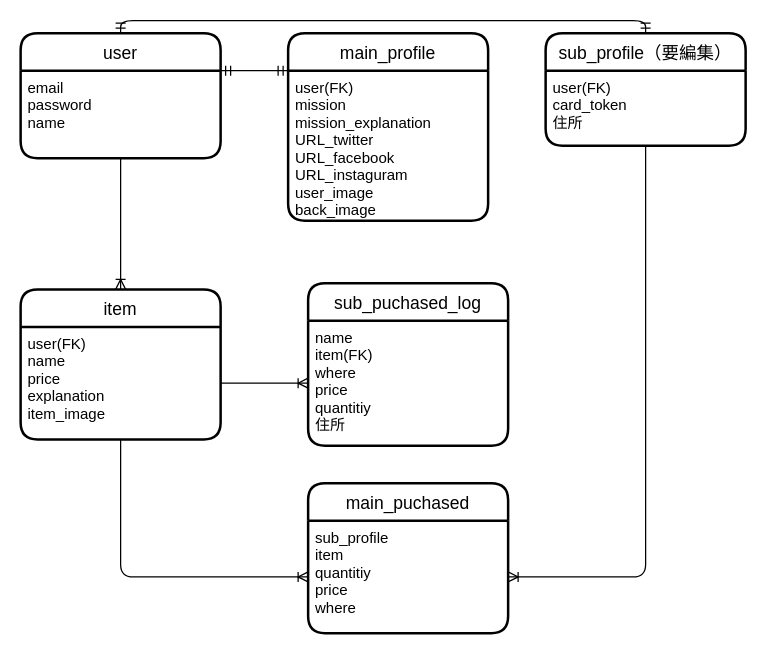
Before: DREAM_APP.dio in hidekazuyamamoto/dream_app, a draw.io diagram. Source tidied: cells renumbered, new cells numbered last; positions are measured from the earlier drawing's top-left corner, leaving out a move shared by most shapes. Both pictures are drawn from the tidied source at 125%, with x=0, y=0 at pixel (20, 32).
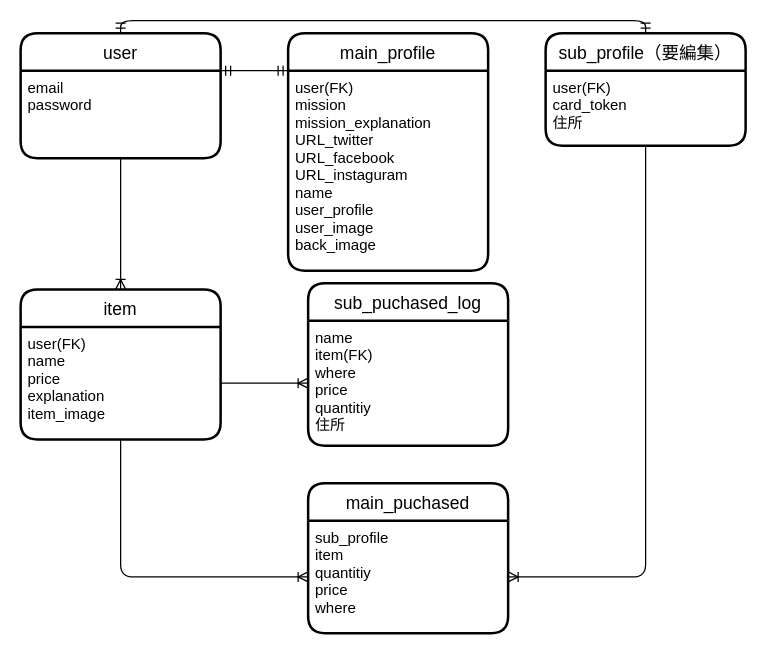
Above is the later version.

Diff of the diagram source:
```diff
@@
 <mxGraphModel>
   <root>
     <mxCell id="0" />
     <mxCell id="1" parent="0" />
     <mxCell id="2" value="user" style="swimlane;horizontal=1;startSize=30;rounded=1;fontSize=14;fontStyle=0;strokeWidth=2;shadow=0;dashed=0;align=center;" parent="1" vertex="1">
       <mxGeometry width="160" height="100" as="geometry" />
     </mxCell>
-    <mxCell id="3" value="email&#10;password&#10;name" style="align=left;strokeColor=none;fillColor=none;spacingLeft=4;fontSize=12;verticalAlign=top;" parent="2" vertex="1">
+    <mxCell id="3" value="email&#10;password&#10;" style="align=left;strokeColor=none;fillColor=none;spacingLeft=4;fontSize=12;verticalAlign=top;" parent="2" vertex="1">
       <mxGeometry y="30" width="160" height="70" as="geometry" />
     </mxCell>
     <mxCell id="4" value="main_profile" style="swimlane;horizontal=1;startSize=30;rounded=1;fontSize=14;fontStyle=0;strokeWidth=2;shadow=0;dashed=0;align=center;" parent="1" vertex="1">
-      <mxGeometry x="214" width="160" height="150" as="geometry" />
+      <mxGeometry x="214" width="160" height="190" as="geometry" />
     </mxCell>
-    <mxCell id="5" value="user(FK)&#10;mission&#10;mission_explanation&#10;URL_twitter&#10;URL_facebook&#10;URL_instaguram&#10;user_image&#10;back_image" style="align=left;strokeColor=none;fillColor=none;spacingLeft=4;fontSize=12;verticalAlign=top;" parent="4" vertex="1">
-      <mxGeometry y="30" width="160" height="120" as="geometry" />
+    <mxCell id="5" value="user(FK)&#10;mission&#10;mission_explanation&#10;URL_twitter&#10;URL_facebook&#10;URL_instaguram&#10;name&#10;user_profile&#10;user_image&#10;back_image" style="align=left;strokeColor=none;fillColor=none;spacingLeft=4;fontSize=12;verticalAlign=top;" parent="4" vertex="1">
+      <mxGeometry y="30" width="160" height="160" as="geometry" />
     </mxCell>
     <mxCell id="6" value="sub_profile（要編集）" style="swimlane;horizontal=1;startSize=30;rounded=1;fontSize=14;fontStyle=0;strokeWidth=2;shadow=0;dashed=0;align=center;" parent="1" vertex="1">
       <mxGeometry x="420" width="160" height="90" as="geometry" />
     </mxCell>
     <mxCell id="7" value="user(FK)&#10;card_token&#10;住所" style="align=left;strokeColor=none;fillColor=none;spacingLeft=4;fontSize=12;verticalAlign=top;" parent="6" vertex="1">
       <mxGeometry y="30" width="160" height="60" as="geometry" />
     </mxCell>
     <mxCell id="8" value="item" style="swimlane;horizontal=1;startSize=30;rounded=1;fontSize=14;fontStyle=0;strokeWidth=2;shadow=0;dashed=0;align=center;" parent="1" vertex="1">
       <mxGeometry y="205" width="160" height="120" as="geometry" />
     </mxCell>
     <mxCell id="9" value="user(FK)&#10;name&#10;price&#10;explanation&#10;item_image" style="align=left;strokeColor=none;fillColor=none;spacingLeft=4;fontSize=12;verticalAlign=top;" parent="8" vertex="1">
       <mxGeometry y="30" width="160" height="90" as="geometry" />
     </mxCell>
     <mxCell id="10" value="sub_puchased_log" style="swimlane;horizontal=1;startSize=30;rounded=1;fontSize=14;fontStyle=0;strokeWidth=2;shadow=0;dashed=0;align=center;" parent="1" vertex="1">
       <mxGeometry x="230" y="200" width="160" height="130" as="geometry" />
     </mxCell>
     <mxCell id="11" value="name&#10;item(FK)&#10;where&#10;price&#10;quantitiy&#10;住所" style="align=left;strokeColor=none;fillColor=none;spacingLeft=4;fontSize=12;verticalAlign=top;" parent="10" vertex="1">
       <mxGeometry y="30" width="160" height="100" as="geometry" />
     </mxCell>
     <mxCell id="12" value="main_puchased" style="swimlane;horizontal=1;startSize=30;rounded=1;fontSize=14;fontStyle=0;strokeWidth=2;shadow=0;dashed=0;align=center;" parent="1" vertex="1">
       <mxGeometry x="230" y="360" width="160" height="120" as="geometry" />
     </mxCell>
     <mxCell id="13" value="sub_profile&#10;item&#10;quantitiy&#10;price&#10;where" style="align=left;strokeColor=none;fillColor=none;spacingLeft=4;fontSize=12;verticalAlign=top;" parent="12" vertex="1">
       <mxGeometry y="30" width="160" height="90" as="geometry" />
     </mxCell>
     <mxCell id="14" style="fontSize=12;html=1;endArrow=ERmandOne;startArrow=ERmandOne;exitX=1;exitY=0;exitDx=0;exitDy=0;entryX=0;entryY=0;entryDx=0;entryDy=0;" parent="1" edge="1" source="3" target="5">
       <mxGeometry relative="1" as="geometry" />
     </mxCell>
     <mxCell id="15" style="fontSize=12;html=1;endArrow=ERmandOne;startArrow=ERmandOne;exitX=0.5;exitY=0;exitDx=0;exitDy=0;entryX=0.5;entryY=0;entryDx=0;entryDy=0;edgeStyle=orthogonalEdgeStyle;" parent="1" edge="1" source="2" target="6">
       <mxGeometry relative="1" as="geometry" />
     </mxCell>
     <mxCell id="16" style="fontSize=12;html=1;endArrow=ERoneToMany;exitX=0.5;exitY=1;exitDx=0;exitDy=0;entryX=0.5;entryY=0;entryDx=0;entryDy=0;" parent="1" edge="1" source="3" target="8">
       <mxGeometry relative="1" as="geometry" />
     </mxCell>
     <mxCell id="17" style="edgeStyle=entityRelationEdgeStyle;fontSize=12;html=1;endArrow=ERoneToMany;exitX=1;exitY=0.5;exitDx=0;exitDy=0;entryX=0;entryY=0.5;entryDx=0;entryDy=0;" parent="1" edge="1" source="9" target="11">
       <mxGeometry relative="1" as="geometry" />
     </mxCell>
     <mxCell id="18" style="edgeStyle=orthogonalEdgeStyle;fontSize=12;html=1;endArrow=ERoneToMany;exitX=0.5;exitY=1;exitDx=0;exitDy=0;entryX=0;entryY=0.5;entryDx=0;entryDy=0;" parent="1" edge="1" source="9" target="13">
       <mxGeometry relative="1" as="geometry" />
     </mxCell>
     <mxCell id="19" style="edgeStyle=orthogonalEdgeStyle;fontSize=12;html=1;endArrow=ERoneToMany;exitX=0.5;exitY=1;exitDx=0;exitDy=0;entryX=1;entryY=0.5;entryDx=0;entryDy=0;" parent="1" edge="1" source="7" target="13">
       <mxGeometry relative="1" as="geometry" />
     </mxCell>
   </root>
 </mxGraphModel>
```
